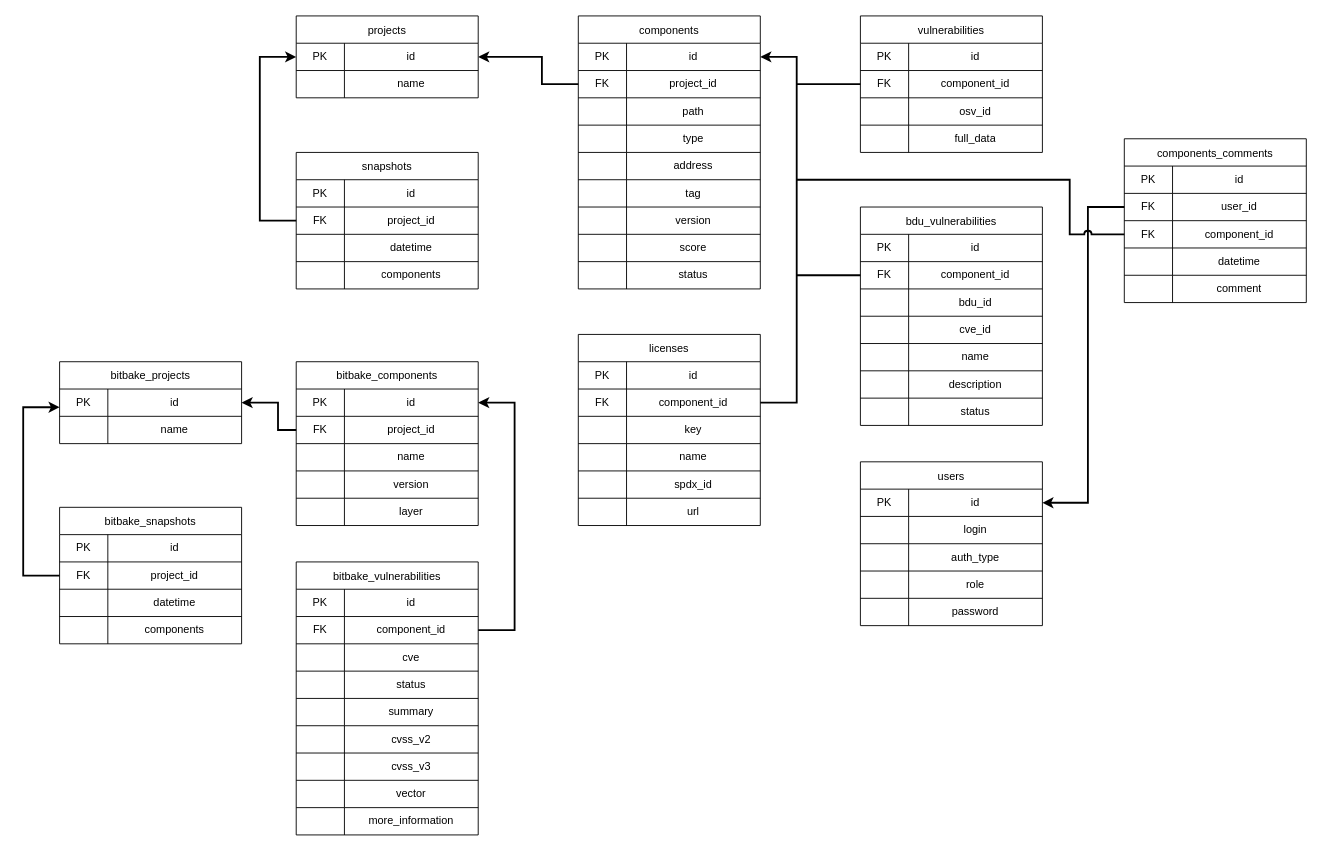
The draw.io diagram backend/app/repository/db_schema.drawio in DorofD/VulnScanC, before the edit. Source tidied: cells renumbered, new cells numbered last; positions are measured from the earlier drawing's top-left corner, leaving out a move shared by most shapes. Both pictures are drawn from the tidied source at 91%, with x=0, y=0 at pixel (23, 15).
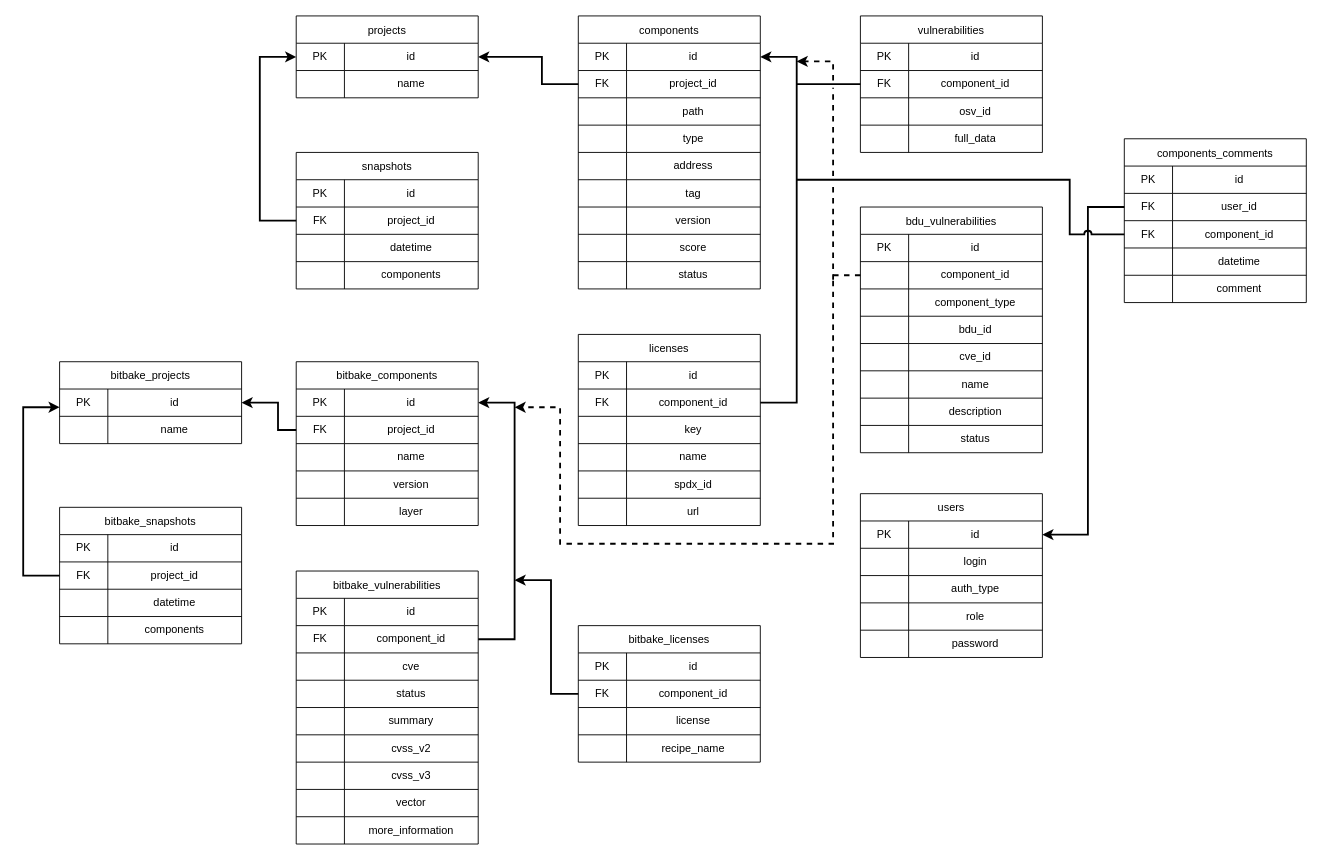
The same diagram, later.

The change refers to these unchanged cells:
```xml
<mxCell id="64" style="shape=tableRow;horizontal=0;startSize=0;swimlaneHead=0;swimlaneBody=0;strokeColor=inherit;top=0;left=0;bottom=0;right=0;fillColor=none;points=[[0,0.5],[1,0.5]];portConstraint=eastwest;" parent="63" vertex="1">
  <mxGeometry y="30" width="200" height="30" as="geometry" />
</mxCell>
<mxCell id="102" style="shape=tableRow;horizontal=0;startSize=0;swimlaneHead=0;swimlaneBody=0;strokeColor=inherit;top=0;left=0;bottom=0;right=0;fillColor=none;points=[[0,0.5],[1,0.5]];portConstraint=eastwest;" parent="98" vertex="1">
  <mxGeometry y="60" width="200" height="30" as="geometry" />
</mxCell>
<mxCell id="133" style="shape=tableRow;horizontal=0;startSize=0;swimlaneHead=0;swimlaneBody=0;strokeColor=inherit;top=0;left=0;bottom=0;right=0;fillColor=none;points=[[0,0.5],[1,0.5]];portConstraint=eastwest;" parent="132" vertex="1">
  <mxGeometry y="30" width="200" height="30" as="geometry" />
</mxCell>
<mxCell id="152" style="shape=tableRow;horizontal=0;startSize=0;swimlaneHead=0;swimlaneBody=0;strokeColor=inherit;top=0;left=0;bottom=0;right=0;fillColor=none;points=[[0,0.5],[1,0.5]];portConstraint=eastwest;" parent="148" vertex="1">
  <mxGeometry y="60" width="200" height="30" as="geometry" />
</mxCell>
<mxCell id="196" style="shape=tableRow;horizontal=0;startSize=0;swimlaneHead=0;swimlaneBody=0;strokeColor=inherit;top=0;left=0;bottom=0;right=0;fillColor=none;points=[[0,0.5],[1,0.5]];portConstraint=eastwest;" parent="192" vertex="1">
  <mxGeometry y="60" width="200" height="30" as="geometry" />
</mxCell>
```

The edit, as a diff of the source:
```diff
@@
     <mxCell id="63" value="users" style="shape=table;startSize=30;childLayout=tableLayout;" parent="1" vertex="1">
-      <mxGeometry x="920" y="490" width="200" height="180" as="geometry" />
+      <mxGeometry x="920" y="525" width="200" height="180" as="geometry" />
     </mxCell>
@@
     <mxCell id="98" value="bdu_vulnerabilities" style="shape=table;startSize=30;childLayout=tableLayout;" parent="1" vertex="1">
-      <mxGeometry x="920" y="210" width="200" height="240" as="geometry" />
+      <mxGeometry x="920" y="210" width="200" height="270" as="geometry" />
     </mxCell>
@@
-    <mxCell id="103" value="FK" style="shape=partialRectangle;html=1;whiteSpace=wrap;strokeColor=inherit;overflow=hidden;fillColor=none;top=0;left=0;bottom=0;right=0;" parent="102" vertex="1">
+    <mxCell id="103" style="shape=partialRectangle;html=1;whiteSpace=wrap;strokeColor=inherit;overflow=hidden;fillColor=none;top=0;left=0;bottom=0;right=0;" parent="102" vertex="1">
       <mxGeometry width="53" height="30" as="geometry" />
     </mxCell>
@@
+    <mxCell id="210" style="shape=tableRow;horizontal=0;startSize=0;swimlaneHead=0;swimlaneBody=0;strokeColor=inherit;top=0;left=0;bottom=0;right=0;fillColor=none;" parent="98" vertex="1">
+      <mxGeometry y="90" width="200" height="30" as="geometry" />
+    </mxCell>
+    <mxCell id="211" style="shape=partialRectangle;html=1;whiteSpace=wrap;strokeColor=inherit;overflow=hidden;fillColor=none;top=0;left=0;bottom=0;right=0;" parent="210" vertex="1">
+      <mxGeometry width="53" height="30" as="geometry" />
+    </mxCell>
+    <mxCell id="212" value="component_type" style="shape=partialRectangle;html=1;whiteSpace=wrap;strokeColor=inherit;overflow=hidden;fillColor=none;top=0;left=0;bottom=0;right=0;" parent="210" vertex="1">
+      <mxGeometry x="53" width="147" height="30" as="geometry" />
+    </mxCell>
     <mxCell id="105" style="shape=tableRow;horizontal=0;startSize=0;swimlaneHead=0;swimlaneBody=0;strokeColor=inherit;top=0;left=0;bottom=0;right=0;fillColor=none;" parent="98" vertex="1">
-      <mxGeometry y="90" width="200" height="30" as="geometry" />
+      <mxGeometry y="120" width="200" height="30" as="geometry" />
     </mxCell>
@@
     <mxCell id="108" style="shape=tableRow;horizontal=0;startSize=0;swimlaneHead=0;swimlaneBody=0;strokeColor=inherit;top=0;left=0;bottom=0;right=0;fillColor=none;" parent="98" vertex="1">
-      <mxGeometry y="120" width="200" height="30" as="geometry" />
+      <mxGeometry y="150" width="200" height="30" as="geometry" />
     </mxCell>
@@
     <mxCell id="111" style="shape=tableRow;horizontal=0;startSize=0;swimlaneHead=0;swimlaneBody=0;strokeColor=inherit;top=0;left=0;bottom=0;right=0;fillColor=none;" parent="98" vertex="1">
-      <mxGeometry y="150" width="200" height="30" as="geometry" />
+      <mxGeometry y="180" width="200" height="30" as="geometry" />
     </mxCell>
@@
     <mxCell id="114" style="shape=tableRow;horizontal=0;startSize=0;swimlaneHead=0;swimlaneBody=0;strokeColor=inherit;top=0;left=0;bottom=0;right=0;fillColor=none;" parent="98" vertex="1">
-      <mxGeometry y="180" width="200" height="30" as="geometry" />
+      <mxGeometry y="210" width="200" height="30" as="geometry" />
     </mxCell>
@@
     <mxCell id="117" style="shape=tableRow;horizontal=0;startSize=0;swimlaneHead=0;swimlaneBody=0;strokeColor=inherit;top=0;left=0;bottom=0;right=0;fillColor=none;" parent="98" vertex="1">
-      <mxGeometry y="210" width="200" height="30" as="geometry" />
+      <mxGeometry y="240" width="200" height="30" as="geometry" />
     </mxCell>
@@
-    <mxCell id="124" style="endArrow=none;html=1;rounded=0;exitX=0;exitY=0.5;exitDx=0;exitDy=0;strokeWidth=2;" parent="1" edge="1" source="102">
-      <mxGeometry relative="1" as="geometry">
-        <mxPoint x="850" y="285" as="targetPoint" />
-      </mxGeometry>
-    </mxCell>
@@
     <mxCell id="148" value="bitbake_vulnerabilities" style="shape=table;startSize=30;childLayout=tableLayout;" parent="1" vertex="1">
-      <mxGeometry x="300" y="600" width="200" height="300" as="geometry" />
+      <mxGeometry x="300" y="610" width="200" height="300" as="geometry" />
     </mxCell>
@@
     <mxCell id="191" style="endArrow=classic;html=1;rounded=0;exitX=1;exitY=0.5;exitDx=0;exitDy=0;entryX=1;entryY=0.5;entryDx=0;entryDy=0;strokeWidth=2;" parent="1" edge="1" source="152" target="133">
       <mxGeometry relative="1" as="geometry">
         <Array as="points">
-          <mxPoint x="540" y="675" />
+          <mxPoint x="540" y="685" />
           <mxPoint x="540" y="425" />
         </Array>
       </mxGeometry>
     </mxCell>
@@
     <mxCell id="208" style="endArrow=classic;html=1;rounded=0;strokeWidth=2;exitX=0;exitY=0.5;exitDx=0;exitDy=0;entryX=1;entryY=0.5;entryDx=0;entryDy=0;" parent="1" edge="1" source="196" target="64">
       <mxGeometry relative="1" as="geometry">
         <Array as="points">
           <mxPoint x="1170" y="210" />
-          <mxPoint x="1170" y="535" />
+          <mxPoint x="1170" y="570" />
         </Array>
       </mxGeometry>
     </mxCell>
@@
+    <mxCell id="213" style="endArrow=classic;html=1;rounded=0;strokeWidth=2;dashed=1;exitX=0;exitY=0.5;exitDx=0;exitDy=0;" parent="1" edge="1" source="102">
+      <mxGeometry relative="1" as="geometry">
+        <mxPoint x="540" y="430" as="targetPoint" />
+        <Array as="points">
+          <mxPoint x="890" y="285" />
+          <mxPoint x="890" y="580" />
+          <mxPoint x="590" y="580" />
+          <mxPoint x="590" y="430" />
+        </Array>
+      </mxGeometry>
+    </mxCell>
+    <mxCell id="214" style="endArrow=classic;html=1;rounded=0;strokeWidth=2;dashed=1;jumpStyle=gap;" parent="1" edge="1">
+      <mxGeometry relative="1" as="geometry">
+        <mxPoint x="890" y="290" as="sourcePoint" />
+        <mxPoint x="850" y="50" as="targetPoint" />
+        <Array as="points">
+          <mxPoint x="890" y="50" />
+        </Array>
+      </mxGeometry>
+    </mxCell>
+    <mxCell id="215" value="bitbake_licenses" style="shape=table;startSize=30;childLayout=tableLayout;" parent="1" vertex="1">
+      <mxGeometry x="610" y="670" width="200" height="150" as="geometry" />
+    </mxCell>
+    <mxCell id="216" style="shape=tableRow;horizontal=0;startSize=0;swimlaneHead=0;swimlaneBody=0;strokeColor=inherit;top=0;left=0;bottom=0;right=0;fillColor=none;" parent="215" vertex="1">
+      <mxGeometry y="30" width="200" height="30" as="geometry" />
+    </mxCell>
+    <mxCell id="217" value="PK" style="shape=partialRectangle;html=1;whiteSpace=wrap;strokeColor=inherit;overflow=hidden;fillColor=none;top=0;left=0;bottom=0;right=0;" parent="216" vertex="1">
+      <mxGeometry width="53" height="30" as="geometry" />
+    </mxCell>
+    <mxCell id="218" value="id" style="shape=partialRectangle;html=1;whiteSpace=wrap;strokeColor=inherit;overflow=hidden;fillColor=none;top=0;left=0;bottom=0;right=0;" parent="216" vertex="1">
+      <mxGeometry x="53" width="147" height="30" as="geometry" />
+    </mxCell>
+    <mxCell id="219" style="shape=tableRow;horizontal=0;startSize=0;swimlaneHead=0;swimlaneBody=0;strokeColor=inherit;top=0;left=0;bottom=0;right=0;fillColor=none;points=[[0,0.5],[1,0.5]];portConstraint=eastwest;" parent="215" vertex="1">
+      <mxGeometry y="60" width="200" height="30" as="geometry" />
+    </mxCell>
+    <mxCell id="220" value="FK" style="shape=partialRectangle;html=1;whiteSpace=wrap;strokeColor=inherit;overflow=hidden;fillColor=none;top=0;left=0;bottom=0;right=0;" parent="219" vertex="1">
+      <mxGeometry width="53" height="30" as="geometry" />
+    </mxCell>
+    <mxCell id="221" value="component_id" style="shape=partialRectangle;html=1;whiteSpace=wrap;strokeColor=inherit;overflow=hidden;fillColor=none;top=0;left=0;bottom=0;right=0;" parent="219" vertex="1">
+      <mxGeometry x="53" width="147" height="30" as="geometry" />
+    </mxCell>
+    <mxCell id="222" style="shape=tableRow;horizontal=0;startSize=0;swimlaneHead=0;swimlaneBody=0;strokeColor=inherit;top=0;left=0;bottom=0;right=0;fillColor=none;" parent="215" vertex="1">
+      <mxGeometry y="90" width="200" height="30" as="geometry" />
+    </mxCell>
+    <mxCell id="223" style="shape=partialRectangle;html=1;whiteSpace=wrap;strokeColor=inherit;overflow=hidden;fillColor=none;top=0;left=0;bottom=0;right=0;" parent="222" vertex="1">
+      <mxGeometry width="53" height="30" as="geometry" />
+    </mxCell>
+    <mxCell id="224" value="license" style="shape=partialRectangle;html=1;whiteSpace=wrap;strokeColor=inherit;overflow=hidden;fillColor=none;top=0;left=0;bottom=0;right=0;" parent="222" vertex="1">
+      <mxGeometry x="53" width="147" height="30" as="geometry" />
+    </mxCell>
+    <mxCell id="225" style="shape=tableRow;horizontal=0;startSize=0;swimlaneHead=0;swimlaneBody=0;strokeColor=inherit;top=0;left=0;bottom=0;right=0;fillColor=none;" parent="215" vertex="1">
+      <mxGeometry y="120" width="200" height="30" as="geometry" />
+    </mxCell>
+    <mxCell id="226" style="shape=partialRectangle;html=1;whiteSpace=wrap;strokeColor=inherit;overflow=hidden;fillColor=none;top=0;left=0;bottom=0;right=0;" parent="225" vertex="1">
+      <mxGeometry width="53" height="30" as="geometry" />
+    </mxCell>
+    <mxCell id="227" value="recipe_name" style="shape=partialRectangle;html=1;whiteSpace=wrap;strokeColor=inherit;overflow=hidden;fillColor=none;top=0;left=0;bottom=0;right=0;" parent="225" vertex="1">
+      <mxGeometry x="53" width="147" height="30" as="geometry" />
+    </mxCell>
+    <mxCell id="228" style="endArrow=classic;html=1;rounded=0;exitX=0;exitY=0.5;exitDx=0;exitDy=0;strokeWidth=2;" parent="1" edge="1" source="219">
+      <mxGeometry relative="1" as="geometry">
+        <mxPoint x="540" y="620" as="targetPoint" />
+        <Array as="points">
+          <mxPoint x="580" y="745" />
+          <mxPoint x="580" y="620" />
+        </Array>
+      </mxGeometry>
+    </mxCell>
```
